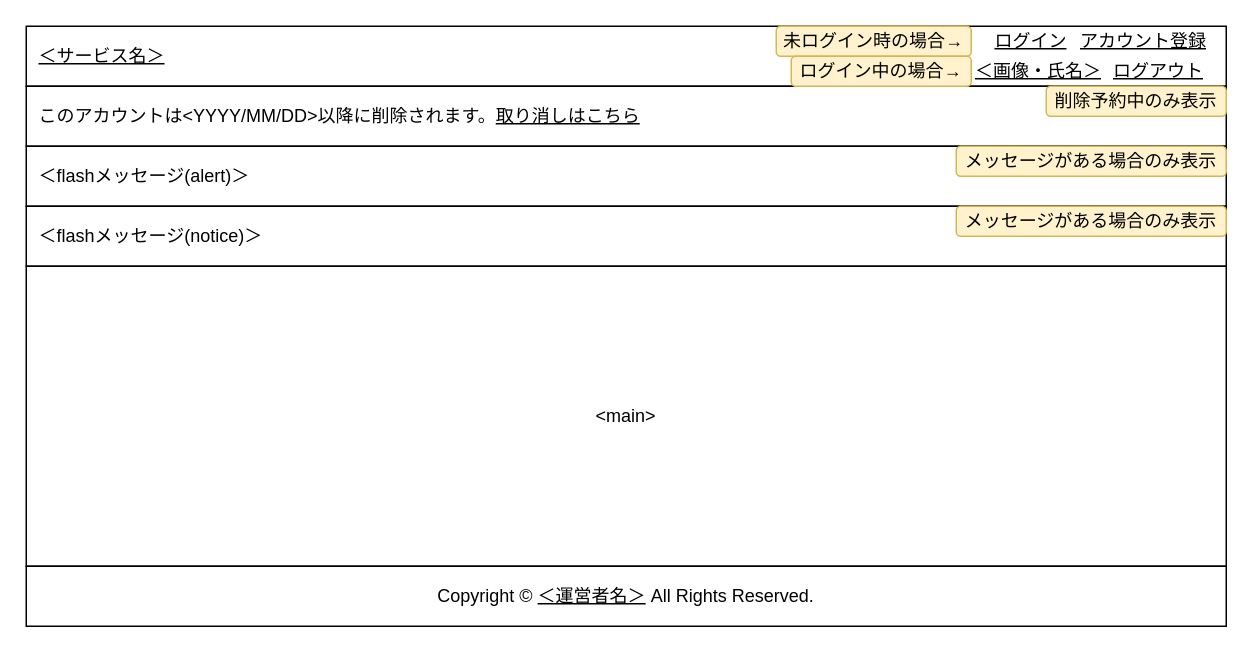
The draw.io diagram 設計/画面設計/レイアウト.drawio in nightonlypj/rails-app-origin, before the edit. Source tidied: cells renumbered, new cells numbered last; positions are measured from the earlier drawing's top-left corner, leaving out a move shared by most shapes. Both pictures are drawn from the tidied source at 150%, with x=0, y=0 at pixel (26, 26).
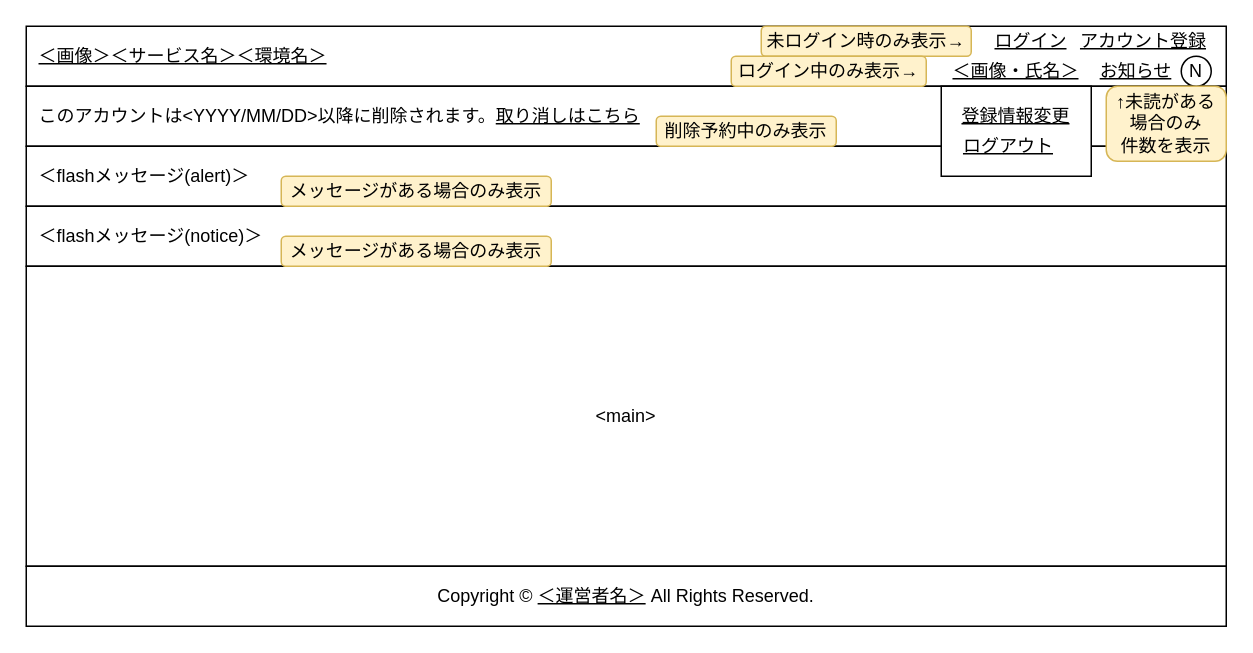
The same diagram, later.

What changed in the source:
```diff
@@
-    <mxCell id="2" value="&amp;nbsp;&amp;nbsp;&lt;u&gt;＜サービス名＞&lt;/u&gt;" style="rounded=0;whiteSpace=wrap;html=1;fillColor=none;align=left;" parent="1" vertex="1">
+    <mxCell id="2" value="&amp;nbsp; &lt;u&gt;＜画像＞＜サービス名＞＜環境名＞&lt;/u&gt;" style="rounded=0;whiteSpace=wrap;html=1;fillColor=none;align=left;" parent="1" vertex="1">
       <mxGeometry width="800" height="40" as="geometry" />
     </mxCell>
@@
-    <mxCell id="5" value="ログアウト" style="text;html=1;strokeColor=none;fillColor=none;align=center;verticalAlign=middle;whiteSpace=wrap;rounded=0;fontStyle=4;" parent="1" vertex="1">
-      <mxGeometry x="720" y="20" width="70" height="20" as="geometry" />
-    </mxCell>
-    <mxCell id="6" value="＜画像・氏名＞" style="text;html=1;strokeColor=none;fillColor=none;align=center;verticalAlign=middle;whiteSpace=wrap;rounded=0;fontStyle=4;" parent="1" vertex="1">
-      <mxGeometry x="630" y="20" width="90" height="20" as="geometry" />
-    </mxCell>
@@
-    <mxCell id="12" value="未ログイン時の場合→" style="rounded=1;whiteSpace=wrap;html=1;fillColor=#fff2cc;strokeColor=#d6b656;" parent="1" vertex="1">
-      <mxGeometry x="500" width="130" height="20" as="geometry" />
+    <mxCell id="12" value="未ログイン時のみ表示→" style="rounded=1;whiteSpace=wrap;html=1;fillColor=#fff2cc;strokeColor=#d6b656;" parent="1" vertex="1">
+      <mxGeometry x="490" width="140" height="20" as="geometry" />
     </mxCell>
-    <mxCell id="13" value="ログイン中の場合→" style="rounded=1;whiteSpace=wrap;html=1;fillColor=#fff2cc;strokeColor=#d6b656;" parent="1" vertex="1">
-      <mxGeometry x="510" y="20" width="120" height="20" as="geometry" />
+    <mxCell id="13" value="ログイン中のみ表示→" style="rounded=1;whiteSpace=wrap;html=1;fillColor=#fff2cc;strokeColor=#d6b656;" parent="1" vertex="1">
+      <mxGeometry x="470" y="20" width="130" height="20" as="geometry" />
     </mxCell>
     <mxCell id="14" value="削除予約中のみ表示" style="rounded=1;whiteSpace=wrap;html=1;fillColor=#fff2cc;strokeColor=#d6b656;" parent="1" vertex="1">
-      <mxGeometry x="680" y="40" width="120" height="20" as="geometry" />
+      <mxGeometry x="420" y="60" width="120" height="20" as="geometry" />
     </mxCell>
     <mxCell id="15" value="メッセージがある場合のみ表示" style="rounded=1;whiteSpace=wrap;html=1;fillColor=#fff2cc;strokeColor=#d6b656;" parent="1" vertex="1">
-      <mxGeometry x="620" y="80" width="180" height="20" as="geometry" />
+      <mxGeometry x="170" y="100" width="180" height="20" as="geometry" />
     </mxCell>
     <mxCell id="16" value="メッセージがある場合のみ表示" style="rounded=1;whiteSpace=wrap;html=1;fillColor=#fff2cc;strokeColor=#d6b656;" parent="1" vertex="1">
-      <mxGeometry x="620" y="120" width="180" height="20" as="geometry" />
+      <mxGeometry x="170" y="140" width="180" height="20" as="geometry" />
     </mxCell>
+    <mxCell id="17" value="お知らせ" style="text;html=1;strokeColor=none;fillColor=none;align=center;verticalAlign=middle;whiteSpace=wrap;rounded=0;fontStyle=4;" parent="1" vertex="1">
+      <mxGeometry x="710" y="20" width="60" height="20" as="geometry" />
+    </mxCell>
+    <mxCell id="6" value="＜画像・氏名＞" style="text;html=1;align=center;verticalAlign=middle;whiteSpace=wrap;rounded=0;fontStyle=4;" parent="1" vertex="1">
+      <mxGeometry x="610" y="20" width="100" height="20" as="geometry" />
+    </mxCell>
+    <mxCell id="18" style="rounded=0;whiteSpace=wrap;html=1;" parent="1" vertex="1">
+      <mxGeometry x="610" y="40" width="100" height="60" as="geometry" />
+    </mxCell>
+    <mxCell id="5" value="ログアウト" style="text;html=1;strokeColor=none;fillColor=none;align=center;verticalAlign=middle;whiteSpace=wrap;rounded=0;fontStyle=4;" parent="1" vertex="1">
+      <mxGeometry x="620" y="70" width="70" height="20" as="geometry" />
+    </mxCell>
+    <mxCell id="19" value="登録情報変更" style="text;html=1;strokeColor=none;fillColor=none;align=center;verticalAlign=middle;whiteSpace=wrap;rounded=0;fontStyle=4;" parent="1" vertex="1">
+      <mxGeometry x="620" y="50" width="80" height="20" as="geometry" />
+    </mxCell>
+    <mxCell id="20" value="N" style="ellipse;whiteSpace=wrap;html=1;" parent="1" vertex="1">
+      <mxGeometry x="770" y="20" width="20" height="20" as="geometry" />
+    </mxCell>
+    <mxCell id="21" value="↑未読がある&lt;br&gt;場合のみ&lt;br&gt;件数を表示" style="rounded=1;whiteSpace=wrap;html=1;fillColor=#fff2cc;strokeColor=#d6b656;" parent="1" vertex="1">
+      <mxGeometry x="720" y="40" width="80" height="50" as="geometry" />
+    </mxCell>
```
